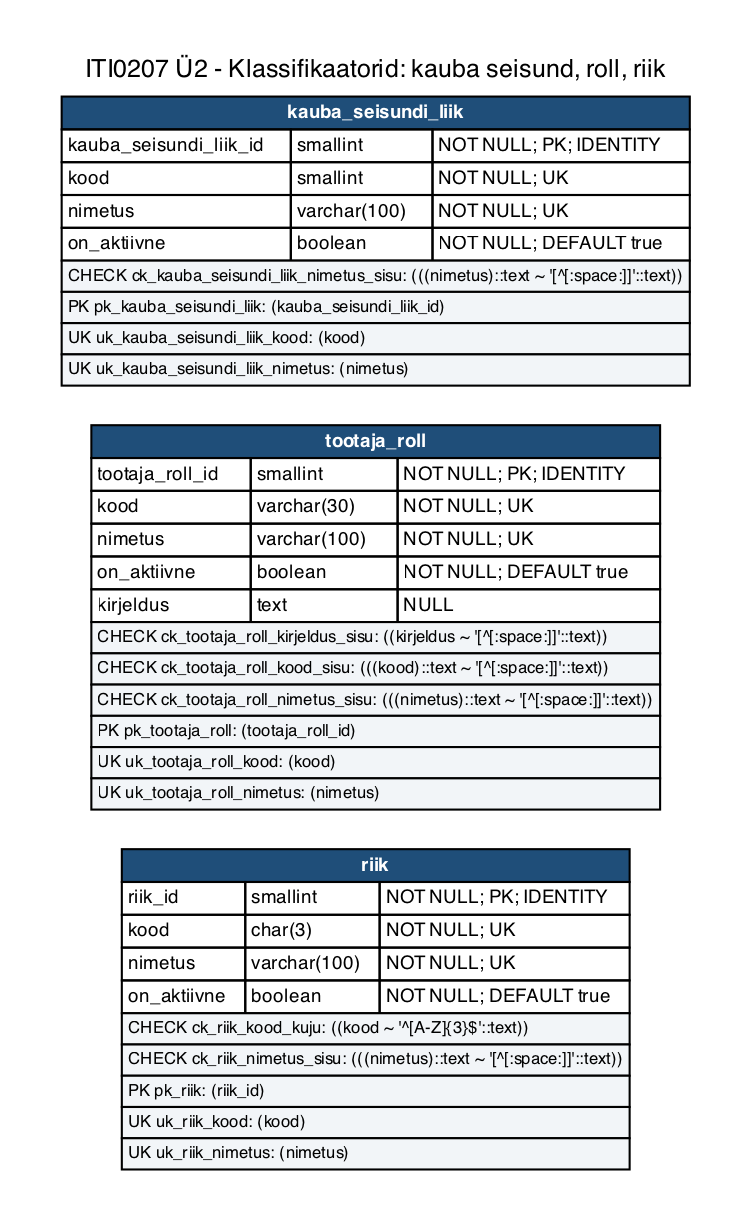
Before: iti0207-epood/docs/diagrams/u2-01b-klassifikaatorid-yldised.png, a diagram exported from Graphviz (tamkivi/andmebaasid-projekt). Its source is kept beside it as iti0207-epood/docs/diagrams/u2-01b-klassifikaatorid-yldised.dot.
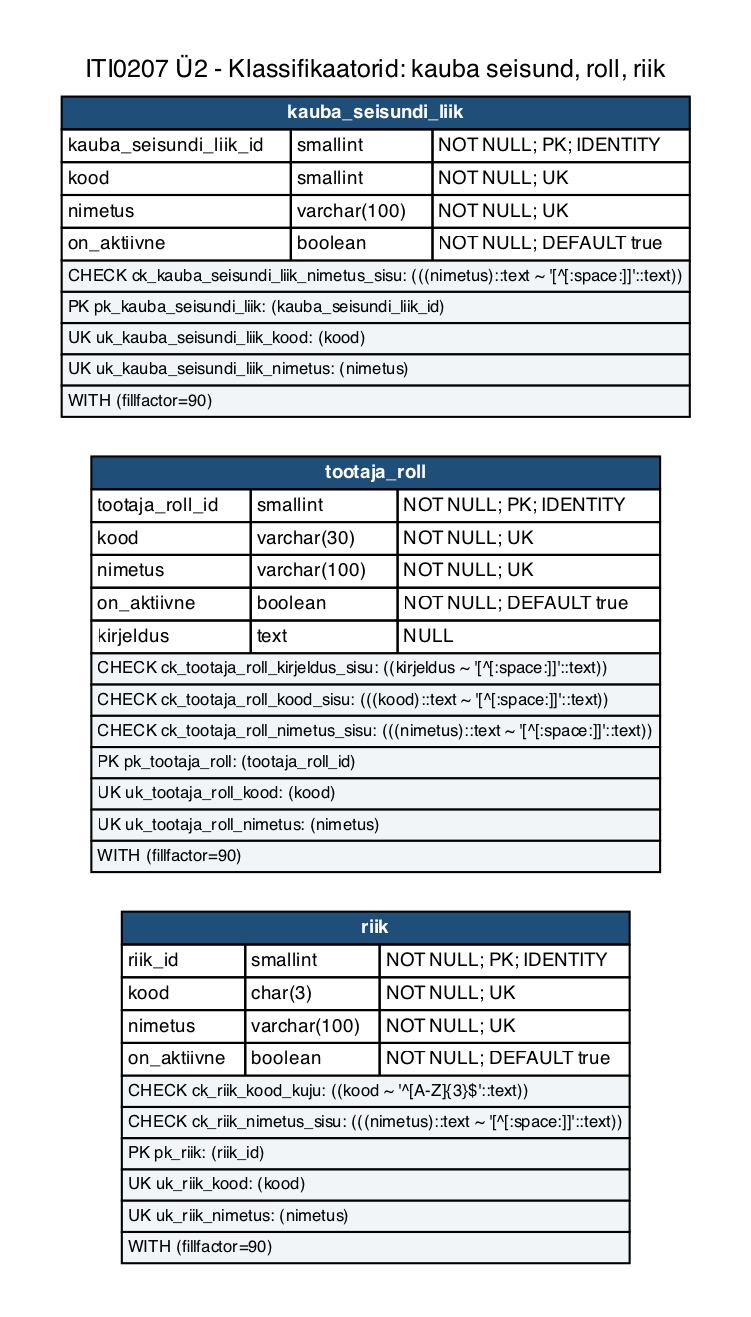
The same file after the commit.

Change to the diagram source:
```diff
@@ -5,9 +5,9 @@
   edge [color="#667788", dir=none, fontsize=8, fontname=Helvetica];
   labelloc="t";
   label="ITI0207 Ü2 - Klassifikaatorid: kauba seisund, roll, riik";
-  "kauba_seisundi_liik" [label=<<TABLE BORDER="0" CELLBORDER="1" CELLSPACING="0" CELLPADDING="2"><TR><TD COLSPAN="3" BGCOLOR="#1f4e79"><FONT COLOR="white"><B>kauba_seisundi_liik</B></FONT></TD></TR><TR><TD ALIGN="LEFT">kauba_seisundi_liik_id</TD><TD ALIGN="LEFT">smallint</TD><TD ALIGN="LEFT">NOT NULL; PK; IDENTITY</TD></TR><TR><TD ALIGN="LEFT">kood</TD><TD ALIGN="LEFT">smallint</TD><TD ALIGN="LEFT">NOT NULL; UK</TD></TR><TR><TD ALIGN="LEFT">nimetus</TD><TD ALIGN="LEFT">varchar(100)</TD><TD ALIGN="LEFT">NOT NULL; UK</TD></TR><TR><TD ALIGN="LEFT">on_aktiivne</TD><TD ALIGN="LEFT">boolean</TD><TD ALIGN="LEFT">NOT NULL; DEFAULT true</TD></TR><TR><TD COLSPAN="3" ALIGN="LEFT" BGCOLOR="#f2f5f8"><FONT POINT-SIZE="8">CHECK ck_kauba_seisundi_liik_nimetus_sisu: (((nimetus)::text ~ &#x27;[^[:space:]]&#x27;::text))</FONT></TD></TR><TR><TD COLSPAN="3" ALIGN="LEFT" BGCOLOR="#f2f5f8"><FONT POINT-SIZE="8">PK pk_kauba_seisundi_liik: (kauba_seisundi_liik_id)</FONT></TD></TR><TR><TD COLSPAN="3" ALIGN="LEFT" BGCOLOR="#f2f5f8"><FONT POINT-SIZE="8">UK uk_kauba_seisundi_liik_kood: (kood)</FONT></TD></TR><TR><TD COLSPAN="3" ALIGN="LEFT" BGCOLOR="#f2f5f8"><FONT POINT-SIZE="8">UK uk_kauba_seisundi_liik_nimetus: (nimetus)</FONT></TD></TR></TABLE>>];
-  "tootaja_roll" [label=<<TABLE BORDER="0" CELLBORDER="1" CELLSPACING="0" CELLPADDING="2"><TR><TD COLSPAN="3" BGCOLOR="#1f4e79"><FONT COLOR="white"><B>tootaja_roll</B></FONT></TD></TR><TR><TD ALIGN="LEFT">tootaja_roll_id</TD><TD ALIGN="LEFT">smallint</TD><TD ALIGN="LEFT">NOT NULL; PK; IDENTITY</TD></TR><TR><TD ALIGN="LEFT">kood</TD><TD ALIGN="LEFT">varchar(30)</TD><TD ALIGN="LEFT">NOT NULL; UK</TD></TR><TR><TD ALIGN="LEFT">nimetus</TD><TD ALIGN="LEFT">varchar(100)</TD><TD ALIGN="LEFT">NOT NULL; UK</TD></TR><TR><TD ALIGN="LEFT">on_aktiivne</TD><TD ALIGN="LEFT">boolean</TD><TD ALIGN="LEFT">NOT NULL; DEFAULT true</TD></TR><TR><TD ALIGN="LEFT">kirjeldus</TD><TD ALIGN="LEFT">text</TD><TD ALIGN="LEFT">NULL</TD></TR><TR><TD COLSPAN="3" ALIGN="LEFT" BGCOLOR="#f2f5f8"><FONT POINT-SIZE="8">CHECK ck_tootaja_roll_kirjeldus_sisu: ((kirjeldus ~ &#x27;[^[:space:]]&#x27;::text))</FONT></TD></TR><TR><TD COLSPAN="3" ALIGN="LEFT" BGCOLOR="#f2f5f8"><FONT POINT-SIZE="8">CHECK ck_tootaja_roll_kood_sisu: (((kood)::text ~ &#x27;[^[:space:]]&#x27;::text))</FONT></TD></TR><TR><TD COLSPAN="3" ALIGN="LEFT" BGCOLOR="#f2f5f8"><FONT POINT-SIZE="8">CHECK ck_tootaja_roll_nimetus_sisu: (((nimetus)::text ~ &#x27;[^[:space:]]&#x27;::text))</FONT></TD></TR><TR><TD COLSPAN="3" ALIGN="LEFT" BGCOLOR="#f2f5f8"><FONT POINT-SIZE="8">PK pk_tootaja_roll: (tootaja_roll_id)</FONT></TD></TR><TR><TD COLSPAN="3" ALIGN="LEFT" BGCOLOR="#f2f5f8"><FONT POINT-SIZE="8">UK uk_tootaja_roll_kood: (kood)</FONT></TD></TR><TR><TD COLSPAN="3" ALIGN="LEFT" BGCOLOR="#f2f5f8"><FONT POINT-SIZE="8">UK uk_tootaja_roll_nimetus: (nimetus)</FONT></TD></TR></TABLE>>];
-  "riik" [label=<<TABLE BORDER="0" CELLBORDER="1" CELLSPACING="0" CELLPADDING="2"><TR><TD COLSPAN="3" BGCOLOR="#1f4e79"><FONT COLOR="white"><B>riik</B></FONT></TD></TR><TR><TD ALIGN="LEFT">riik_id</TD><TD ALIGN="LEFT">smallint</TD><TD ALIGN="LEFT">NOT NULL; PK; IDENTITY</TD></TR><TR><TD ALIGN="LEFT">kood</TD><TD ALIGN="LEFT">char(3)</TD><TD ALIGN="LEFT">NOT NULL; UK</TD></TR><TR><TD ALIGN="LEFT">nimetus</TD><TD ALIGN="LEFT">varchar(100)</TD><TD ALIGN="LEFT">NOT NULL; UK</TD></TR><TR><TD ALIGN="LEFT">on_aktiivne</TD><TD ALIGN="LEFT">boolean</TD><TD ALIGN="LEFT">NOT NULL; DEFAULT true</TD></TR><TR><TD COLSPAN="3" ALIGN="LEFT" BGCOLOR="#f2f5f8"><FONT POINT-SIZE="8">CHECK ck_riik_kood_kuju: ((kood ~ &#x27;^[A-Z]{3}$&#x27;::text))</FONT></TD></TR><TR><TD COLSPAN="3" ALIGN="LEFT" BGCOLOR="#f2f5f8"><FONT POINT-SIZE="8">CHECK ck_riik_nimetus_sisu: (((nimetus)::text ~ &#x27;[^[:space:]]&#x27;::text))</FONT></TD></TR><TR><TD COLSPAN="3" ALIGN="LEFT" BGCOLOR="#f2f5f8"><FONT POINT-SIZE="8">PK pk_riik: (riik_id)</FONT></TD></TR><TR><TD COLSPAN="3" ALIGN="LEFT" BGCOLOR="#f2f5f8"><FONT POINT-SIZE="8">UK uk_riik_kood: (kood)</FONT></TD></TR><TR><TD COLSPAN="3" ALIGN="LEFT" BGCOLOR="#f2f5f8"><FONT POINT-SIZE="8">UK uk_riik_nimetus: (nimetus)</FONT></TD></TR></TABLE>>];
+  "kauba_seisundi_liik" [label=<<TABLE BORDER="0" CELLBORDER="1" CELLSPACING="0" CELLPADDING="2"><TR><TD COLSPAN="3" BGCOLOR="#1f4e79"><FONT COLOR="white"><B>kauba_seisundi_liik</B></FONT></TD></TR><TR><TD ALIGN="LEFT">kauba_seisundi_liik_id</TD><TD ALIGN="LEFT">smallint</TD><TD ALIGN="LEFT">NOT NULL; PK; IDENTITY</TD></TR><TR><TD ALIGN="LEFT">kood</TD><TD ALIGN="LEFT">smallint</TD><TD ALIGN="LEFT">NOT NULL; UK</TD></TR><TR><TD ALIGN="LEFT">nimetus</TD><TD ALIGN="LEFT">varchar(100)</TD><TD ALIGN="LEFT">NOT NULL; UK</TD></TR><TR><TD ALIGN="LEFT">on_aktiivne</TD><TD ALIGN="LEFT">boolean</TD><TD ALIGN="LEFT">NOT NULL; DEFAULT true</TD></TR><TR><TD COLSPAN="3" ALIGN="LEFT" BGCOLOR="#f2f5f8"><FONT POINT-SIZE="8">CHECK ck_kauba_seisundi_liik_nimetus_sisu: (((nimetus)::text ~ &#x27;[^[:space:]]&#x27;::text))</FONT></TD></TR><TR><TD COLSPAN="3" ALIGN="LEFT" BGCOLOR="#f2f5f8"><FONT POINT-SIZE="8">PK pk_kauba_seisundi_liik: (kauba_seisundi_liik_id)</FONT></TD></TR><TR><TD COLSPAN="3" ALIGN="LEFT" BGCOLOR="#f2f5f8"><FONT POINT-SIZE="8">UK uk_kauba_seisundi_liik_kood: (kood)</FONT></TD></TR><TR><TD COLSPAN="3" ALIGN="LEFT" BGCOLOR="#f2f5f8"><FONT POINT-SIZE="8">UK uk_kauba_seisundi_liik_nimetus: (nimetus)</FONT></TD></TR><TR><TD COLSPAN="3" ALIGN="LEFT" BGCOLOR="#f2f5f8"><FONT POINT-SIZE="8">WITH (fillfactor=90)</FONT></TD></TR></TABLE>>];
+  "tootaja_roll" [label=<<TABLE BORDER="0" CELLBORDER="1" CELLSPACING="0" CELLPADDING="2"><TR><TD COLSPAN="3" BGCOLOR="#1f4e79"><FONT COLOR="white"><B>tootaja_roll</B></FONT></TD></TR><TR><TD ALIGN="LEFT">tootaja_roll_id</TD><TD ALIGN="LEFT">smallint</TD><TD ALIGN="LEFT">NOT NULL; PK; IDENTITY</TD></TR><TR><TD ALIGN="LEFT">kood</TD><TD ALIGN="LEFT">varchar(30)</TD><TD ALIGN="LEFT">NOT NULL; UK</TD></TR><TR><TD ALIGN="LEFT">nimetus</TD><TD ALIGN="LEFT">varchar(100)</TD><TD ALIGN="LEFT">NOT NULL; UK</TD></TR><TR><TD ALIGN="LEFT">on_aktiivne</TD><TD ALIGN="LEFT">boolean</TD><TD ALIGN="LEFT">NOT NULL; DEFAULT true</TD></TR><TR><TD ALIGN="LEFT">kirjeldus</TD><TD ALIGN="LEFT">text</TD><TD ALIGN="LEFT">NULL</TD></TR><TR><TD COLSPAN="3" ALIGN="LEFT" BGCOLOR="#f2f5f8"><FONT POINT-SIZE="8">CHECK ck_tootaja_roll_kirjeldus_sisu: ((kirjeldus ~ &#x27;[^[:space:]]&#x27;::text))</FONT></TD></TR><TR><TD COLSPAN="3" ALIGN="LEFT" BGCOLOR="#f2f5f8"><FONT POINT-SIZE="8">CHECK ck_tootaja_roll_kood_sisu: (((kood)::text ~ &#x27;[^[:space:]]&#x27;::text))</FONT></TD></TR><TR><TD COLSPAN="3" ALIGN="LEFT" BGCOLOR="#f2f5f8"><FONT POINT-SIZE="8">CHECK ck_tootaja_roll_nimetus_sisu: (((nimetus)::text ~ &#x27;[^[:space:]]&#x27;::text))</FONT></TD></TR><TR><TD COLSPAN="3" ALIGN="LEFT" BGCOLOR="#f2f5f8"><FONT POINT-SIZE="8">PK pk_tootaja_roll: (tootaja_roll_id)</FONT></TD></TR><TR><TD COLSPAN="3" ALIGN="LEFT" BGCOLOR="#f2f5f8"><FONT POINT-SIZE="8">UK uk_tootaja_roll_kood: (kood)</FONT></TD></TR><TR><TD COLSPAN="3" ALIGN="LEFT" BGCOLOR="#f2f5f8"><FONT POINT-SIZE="8">UK uk_tootaja_roll_nimetus: (nimetus)</FONT></TD></TR><TR><TD COLSPAN="3" ALIGN="LEFT" BGCOLOR="#f2f5f8"><FONT POINT-SIZE="8">WITH (fillfactor=90)</FONT></TD></TR></TABLE>>];
+  "riik" [label=<<TABLE BORDER="0" CELLBORDER="1" CELLSPACING="0" CELLPADDING="2"><TR><TD COLSPAN="3" BGCOLOR="#1f4e79"><FONT COLOR="white"><B>riik</B></FONT></TD></TR><TR><TD ALIGN="LEFT">riik_id</TD><TD ALIGN="LEFT">smallint</TD><TD ALIGN="LEFT">NOT NULL; PK; IDENTITY</TD></TR><TR><TD ALIGN="LEFT">kood</TD><TD ALIGN="LEFT">char(3)</TD><TD ALIGN="LEFT">NOT NULL; UK</TD></TR><TR><TD ALIGN="LEFT">nimetus</TD><TD ALIGN="LEFT">varchar(100)</TD><TD ALIGN="LEFT">NOT NULL; UK</TD></TR><TR><TD ALIGN="LEFT">on_aktiivne</TD><TD ALIGN="LEFT">boolean</TD><TD ALIGN="LEFT">NOT NULL; DEFAULT true</TD></TR><TR><TD COLSPAN="3" ALIGN="LEFT" BGCOLOR="#f2f5f8"><FONT POINT-SIZE="8">CHECK ck_riik_kood_kuju: ((kood ~ &#x27;^[A-Z]{3}$&#x27;::text))</FONT></TD></TR><TR><TD COLSPAN="3" ALIGN="LEFT" BGCOLOR="#f2f5f8"><FONT POINT-SIZE="8">CHECK ck_riik_nimetus_sisu: (((nimetus)::text ~ &#x27;[^[:space:]]&#x27;::text))</FONT></TD></TR><TR><TD COLSPAN="3" ALIGN="LEFT" BGCOLOR="#f2f5f8"><FONT POINT-SIZE="8">PK pk_riik: (riik_id)</FONT></TD></TR><TR><TD COLSPAN="3" ALIGN="LEFT" BGCOLOR="#f2f5f8"><FONT POINT-SIZE="8">UK uk_riik_kood: (kood)</FONT></TD></TR><TR><TD COLSPAN="3" ALIGN="LEFT" BGCOLOR="#f2f5f8"><FONT POINT-SIZE="8">UK uk_riik_nimetus: (nimetus)</FONT></TD></TR><TR><TD COLSPAN="3" ALIGN="LEFT" BGCOLOR="#f2f5f8"><FONT POINT-SIZE="8">WITH (fillfactor=90)</FONT></TD></TR></TABLE>>];
   "kauba_seisundi_liik" -> "tootaja_roll" [style=invis, weight=100];
   "tootaja_roll" -> "riik" [style=invis, weight=100];
 }
```
